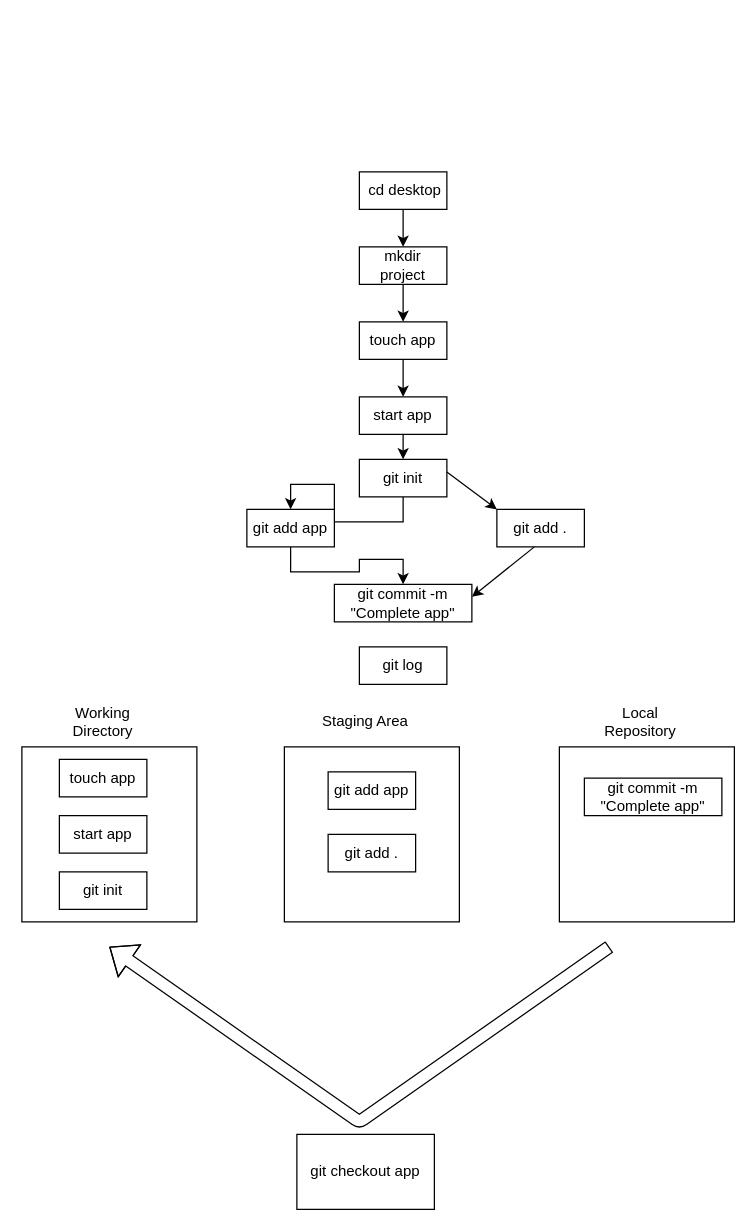
Earlier version of the draw.io diagram page "Page-1" (1 of 2) of Untitled Diagram.drawio (Maestro-script/Story). Source tidied: cells renumbered, new cells numbered last; positions are measured from the earlier drawing's top-left corner, leaving out a move shared by most shapes. Both pictures are drawn from the tidied source at 125%, with x=0, y=0 at pixel (21, 171).
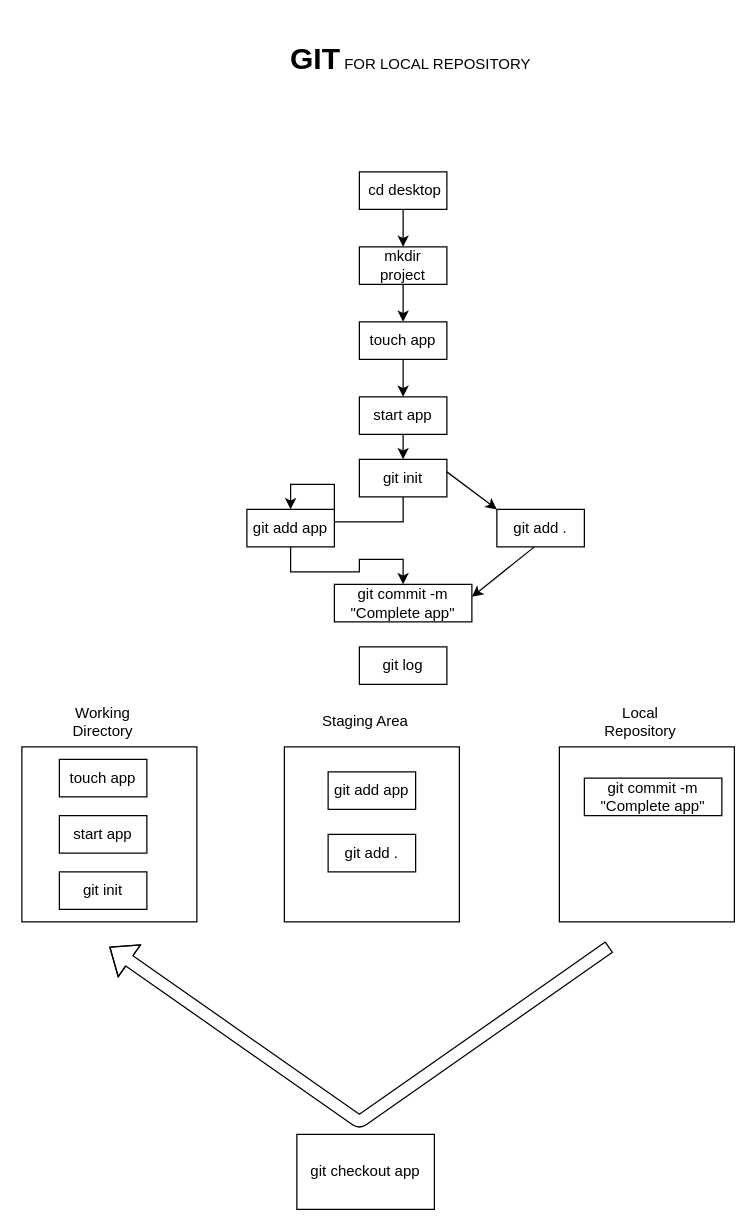
The same diagram, later.

Change to the diagram source:
```diff
@@
+    <mxCell id="33" value="&lt;h1&gt;&lt;span&gt;GIT&lt;span style=&quot;font-size: 12px ; font-weight: 400&quot;&gt;&amp;nbsp;FOR LOCAL REPOSITORY&lt;/span&gt;&lt;/span&gt;&lt;br&gt;&lt;/h1&gt;" style="text;html=1;strokeColor=none;fillColor=none;spacing=5;spacingTop=-20;whiteSpace=wrap;overflow=hidden;rounded=0;" parent="1" vertex="1">
+      <mxGeometry x="210" y="-110" width="210" height="60" as="geometry" />
+    </mxCell>
```
